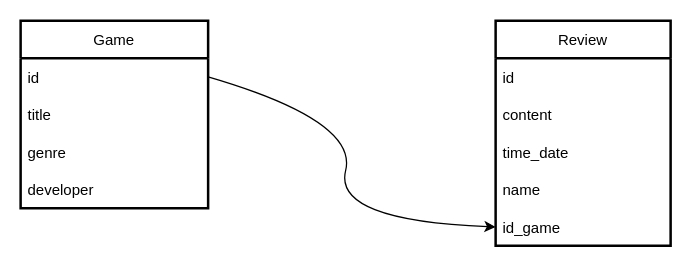
Before: Untitled Diagram.drawio in Tony-Zherka/QA-Project, a draw.io diagram. Source tidied: cells renumbered, new cells numbered last; positions are measured from the earlier drawing's top-left corner, leaving out a move shared by most shapes. Both pictures are drawn from the tidied source at 125%, with x=0, y=0 at pixel (20, 20).
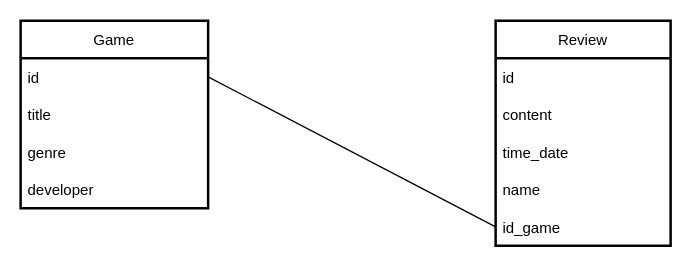
The same page after the edit.

Diff of the diagram source:
```diff
@@
 <mxGraphModel>
   <root>
     <mxCell id="0" />
     <mxCell id="1" parent="0" />
     <mxCell id="2" value="Game" style="swimlane;fontStyle=0;horizontal=1;startSize=30;strokeWidth=2;perimeterSpacing=0;" parent="1" vertex="1">
       <mxGeometry width="150" height="150" as="geometry" />
     </mxCell>
     <mxCell id="3" value="id" style="text;strokeColor=none;fillColor=none;align=left;verticalAlign=middle;spacingLeft=4;spacingRight=4;overflow=hidden;points=[[0,0.5],[1,0.5]];portConstraint=eastwest;" parent="2" vertex="1">
       <mxGeometry y="30" width="150" height="30" as="geometry" />
     </mxCell>
     <mxCell id="4" value="title" style="text;strokeColor=none;fillColor=none;align=left;verticalAlign=middle;spacingLeft=4;spacingRight=4;overflow=hidden;" parent="2" vertex="1">
       <mxGeometry y="60" width="150" height="30" as="geometry" />
     </mxCell>
     <mxCell id="5" value="genre" style="text;strokeColor=none;fillColor=none;align=left;verticalAlign=middle;spacingLeft=4;spacingRight=4;overflow=hidden;" parent="2" vertex="1">
       <mxGeometry y="90" width="150" height="30" as="geometry" />
     </mxCell>
     <mxCell id="6" value="developer" style="text;strokeColor=none;fillColor=none;align=left;verticalAlign=middle;spacingLeft=4;spacingRight=4;overflow=hidden;" parent="2" vertex="1">
       <mxGeometry y="120" width="150" height="30" as="geometry" />
     </mxCell>
     <mxCell id="7" value="Review" style="swimlane;fontStyle=0;horizontal=1;startSize=30;strokeWidth=2;" parent="1" vertex="1">
       <mxGeometry x="380" width="140" height="180" as="geometry" />
     </mxCell>
     <mxCell id="8" value="id" style="text;strokeColor=none;fillColor=none;align=left;verticalAlign=middle;spacingLeft=4;spacingRight=4;overflow=hidden;" parent="7" vertex="1">
       <mxGeometry y="30" width="140" height="30" as="geometry" />
     </mxCell>
     <mxCell id="9" value="content" style="text;strokeColor=none;fillColor=none;align=left;verticalAlign=middle;spacingLeft=4;spacingRight=4;overflow=hidden;" parent="7" vertex="1">
       <mxGeometry y="60" width="140" height="30" as="geometry" />
     </mxCell>
     <mxCell id="10" value="time_date" style="text;strokeColor=none;fillColor=none;align=left;verticalAlign=middle;spacingLeft=4;spacingRight=4;overflow=hidden;" parent="7" vertex="1">
       <mxGeometry y="90" width="140" height="30" as="geometry" />
     </mxCell>
     <mxCell id="11" value="name" style="text;strokeColor=none;fillColor=none;align=left;verticalAlign=middle;spacingLeft=4;spacingRight=4;overflow=hidden;" parent="7" vertex="1">
       <mxGeometry y="120" width="140" height="30" as="geometry" />
     </mxCell>
     <mxCell id="12" value="id_game" style="text;strokeColor=none;fillColor=none;align=left;verticalAlign=middle;spacingLeft=4;spacingRight=4;overflow=hidden;points=[[0,0.5],[1,0.5]];portConstraint=eastwest;" parent="7" vertex="1">
       <mxGeometry y="150" width="140" height="30" as="geometry" />
     </mxCell>
-    <mxCell id="13" style="curved=1;endArrow=classic;html=1;rounded=0;exitX=1;exitY=0.5;exitDx=0;exitDy=0;" parent="1" edge="1" source="3">
-      <mxGeometry relative="1" as="geometry">
-        <mxPoint x="380" y="165" as="targetPoint" />
-        <Array as="points">
-          <mxPoint x="270" y="80" />
-          <mxPoint x="250" y="160" />
-        </Array>
-      </mxGeometry>
-    </mxCell>
+    <mxCell id="14" style="endArrow=none;html=1;rounded=0;exitX=1;exitY=0.5;exitDx=0;exitDy=0;entryX=0;entryY=0.5;entryDx=0;entryDy=0;" parent="1" edge="1" source="3" target="12">
+      <mxGeometry relative="1" as="geometry" />
+    </mxCell>
   </root>
 </mxGraphModel>
```
